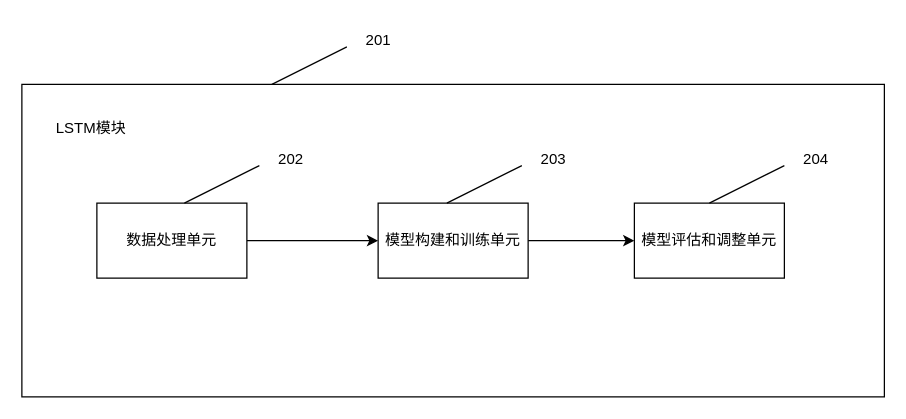
The draw.io diagram LSTM模块.drawio in zqc-hhg/For-Picgo, before the edit. Source tidied: cells renumbered, new cells numbered last; positions are measured from the earlier drawing's top-left corner, leaving out a move shared by most shapes. Both pictures are drawn from the tidied source at 125%, with x=0, y=0 at pixel (21, 21).
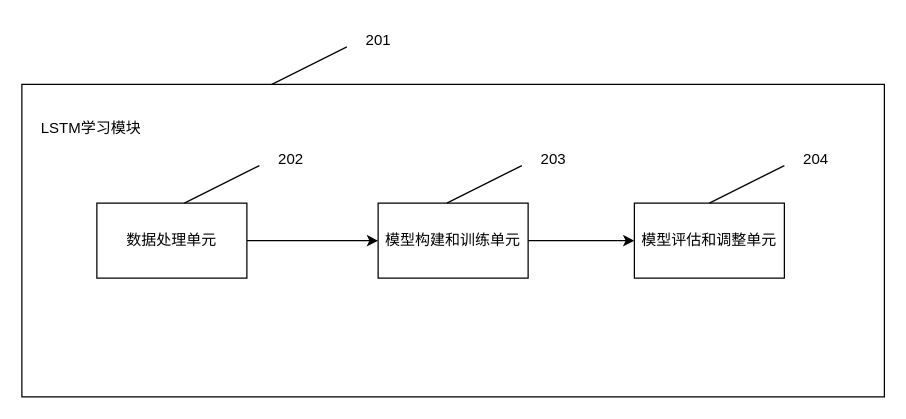
Above is the later version.

Diff of the diagram source:
```diff
@@
-    <mxCell id="3" value="LSTM模块" style="text;html=1;align=center;verticalAlign=middle;strokeColor=none;fillColor=none;" parent="1" vertex="1">
-      <mxGeometry x="15" y="70" width="80" height="30" as="geometry" />
+    <mxCell id="3" value="LSTM学习模块" style="text;html=1;align=center;verticalAlign=middle;strokeColor=none;fillColor=none;" parent="1" vertex="1">
+      <mxGeometry x="5" y="70" width="100" height="30" as="geometry" />
     </mxCell>
```
